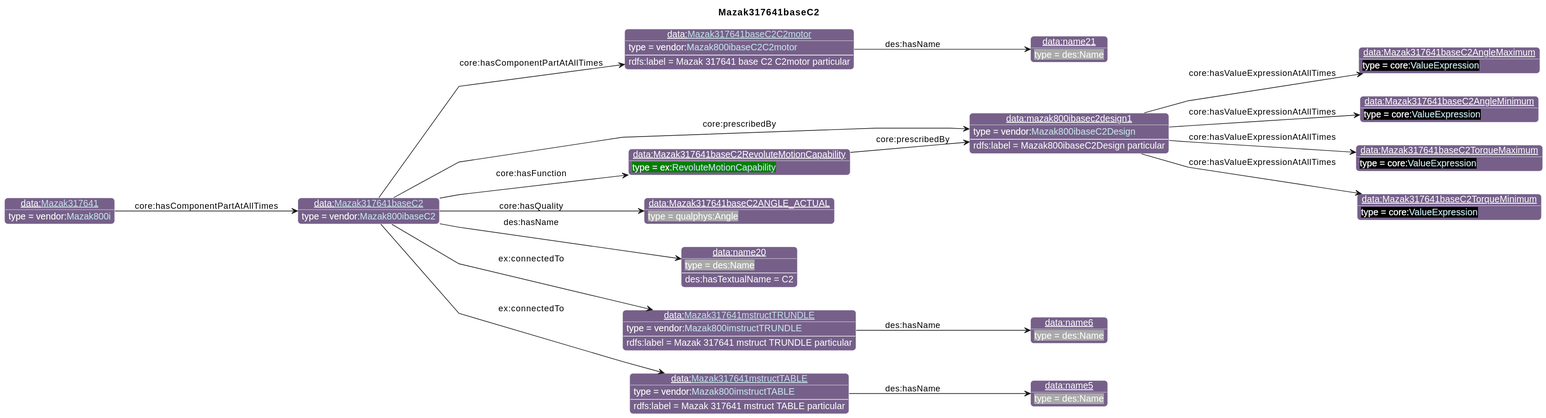
Above: diagrams/Mazak317641baseC2.svg in iofoundry/example-syseng-mtconnect (PlantUML), before the change.
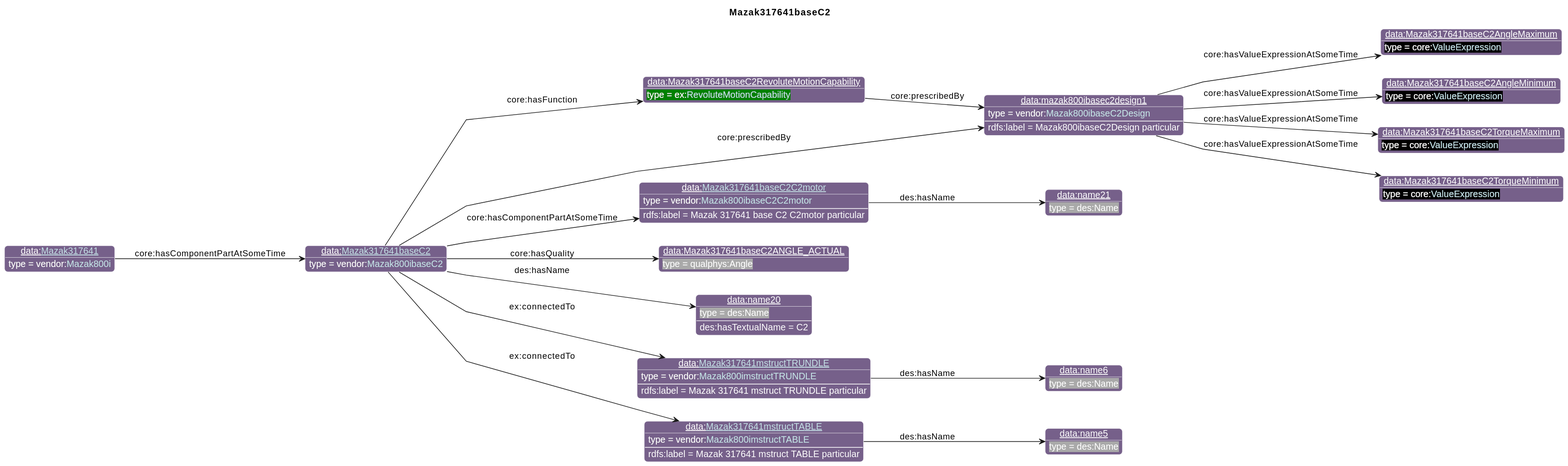
The same diagram one commit later.

What changed in the source:
```diff
@@ -26,13 +26,13 @@
                       "qp":"641B2E"
       }
 individual(o0, data:[[./Mazak317641baseC2.html Mazak317641baseC2]], vendor:[[../Mazak.html#Mazak800ibaseC2 Mazak800ibaseC2]])
-individual(o1, data:[[./Mazak317641baseC2C2motor.html Mazak317641baseC2C2motor]], vendor:[[../Mazak.html#Mazak800ibaseC2C2motor Mazak800ibaseC2C2motor]])
-individual(o2, data:name21, des:Name)
-individual(o3, data:mazak800ibasec2design1, vendor:[[../Mazak.html#Mazak800ibaseC2Design Mazak800ibaseC2Design]])
-individual(o4, data:Mazak317641baseC2AngleMaximum, core:[[https://spec.industrialontologies.org/ontology/core/Core/ValueExpression ValueExpression]])
-individual(o5, data:Mazak317641baseC2AngleMinimum, core:[[https://spec.industrialontologies.org/ontology/core/Core/ValueExpression ValueExpression]])
-individual(o6, data:Mazak317641baseC2TorqueMaximum, core:[[https://spec.industrialontologies.org/ontology/core/Core/ValueExpression ValueExpression]])
-individual(o7, data:Mazak317641baseC2TorqueMinimum, core:[[https://spec.industrialontologies.org/ontology/core/Core/ValueExpression ValueExpression]])
+individual(o1, data:mazak800ibasec2design1, vendor:[[../Mazak.html#Mazak800ibaseC2Design Mazak800ibaseC2Design]])
+individual(o2, data:Mazak317641baseC2AngleMaximum, core:[[https://spec.industrialontologies.org/ontology/core/Core/ValueExpression ValueExpression]])
+individual(o3, data:Mazak317641baseC2AngleMinimum, core:[[https://spec.industrialontologies.org/ontology/core/Core/ValueExpression ValueExpression]])
+individual(o4, data:Mazak317641baseC2TorqueMaximum, core:[[https://spec.industrialontologies.org/ontology/core/Core/ValueExpression ValueExpression]])
+individual(o5, data:Mazak317641baseC2TorqueMinimum, core:[[https://spec.industrialontologies.org/ontology/core/Core/ValueExpression ValueExpression]])
+individual(o6, data:[[./Mazak317641baseC2C2motor.html Mazak317641baseC2C2motor]], vendor:[[../Mazak.html#Mazak800ibaseC2C2motor Mazak800ibaseC2C2motor]])
+individual(o7, data:name21, des:Name)
 individual(o8, data:Mazak317641baseC2RevoluteMotionCapability, ex:[[../Example.html#RevoluteMotionCapability RevoluteMotionCapability]])
 individual(o9, data:Mazak317641baseC2ANGLE_ACTUAL, qualphys:Angle)
 individual(o10, data:name20, des:Name)
@@ -41,17 +41,17 @@
 individual(o13, data:[[./Mazak317641mstructTABLE.html Mazak317641mstructTABLE]], vendor:[[../Mazak.html#Mazak800imstructTABLE Mazak800imstructTABLE]])
 individual(o14, data:name5, des:Name)
 individual(o15, data:[[./Mazak317641.html Mazak317641]], vendor:[[../Mazak.html#Mazak800i Mazak800i]])
-property(o0, "core:hasComponentPartAtAllTimes", o1)
-data(o1, "rdfs:label", "Mazak 317641 base C2 C2motor particular")
-property(o1, "des:hasName", o2)
-property(o0, "core:prescribedBy", o3)
-data(o3, "rdfs:label", "Mazak800ibaseC2Design particular")
-property(o3, "core:hasValueExpressionAtAllTimes", o4)
-property(o3, "core:hasValueExpressionAtAllTimes", o5)
-property(o3, "core:hasValueExpressionAtAllTimes", o6)
-property(o3, "core:hasValueExpressionAtAllTimes", o7)
+property(o0, "core:prescribedBy", o1)
+data(o1, "rdfs:label", "Mazak800ibaseC2Design particular")
+property(o1, "core:hasValueExpressionAtSomeTime", o2)
+property(o1, "core:hasValueExpressionAtSomeTime", o3)
+property(o1, "core:hasValueExpressionAtSomeTime", o4)
+property(o1, "core:hasValueExpressionAtSomeTime", o5)
+property(o0, "core:hasComponentPartAtSomeTime", o6)
+data(o6, "rdfs:label", "Mazak 317641 base C2 C2motor particular")
+property(o6, "des:hasName", o7)
 property(o0, "core:hasFunction", o8)
-property(o8, "core:prescribedBy", o3)
+property(o8, "core:prescribedBy", o1)
 property(o0, "core:hasQuality", o9)
 property(o0, "des:hasName", o10)
 data(o10, "des:hasTextualName", "C2")
@@ -61,5 +61,5 @@
 property(o0, "ex:connectedTo", o13)
 data(o13, "rdfs:label", "Mazak 317641 mstruct TABLE particular")
 property(o13, "des:hasName", o14)
-property(o15, "core:hasComponentPartAtAllTimes", o0)
+property(o15, "core:hasComponentPartAtSomeTime", o0)
 @enduml
```
